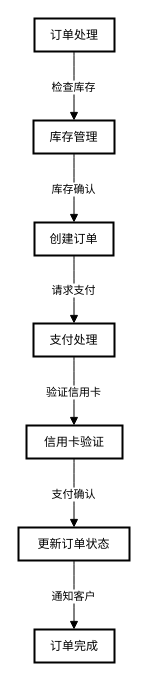
The draw.io diagram 功能进一步分解的数据流图.drawio in Xiang669/draw, before the edit. Source tidied: cells renumbered, new cells numbered last; positions are measured from the earlier drawing's top-left corner, leaving out a move shared by most shapes. Both pictures are drawn from the tidied source at 100%, with x=0, y=0 at pixel (18, 18).
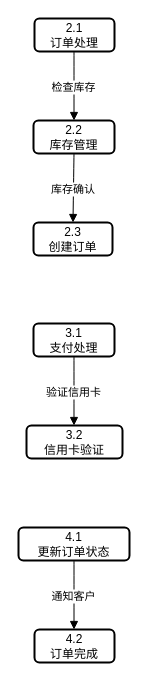
The same page after the edit.

Commit message:
更新功能进一步分解的数据流图.drawio

Change to the diagram source:
```diff
@@
 <mxGraphModel>
   <root>
     <mxCell id="0" />
     <mxCell id="1" parent="0" />
-    <mxCell id="2" value="订单处理" style="whiteSpace=wrap;strokeWidth=2;" parent="1" vertex="1">
+    <mxCell id="2" value="2.1&#10;订单处理" style="whiteSpace=wrap;strokeWidth=2;rounded=1;" parent="1" vertex="1">
       <mxGeometry x="16" width="80" height="33" as="geometry" />
     </mxCell>
-    <mxCell id="3" value="库存管理" style="whiteSpace=wrap;strokeWidth=2;" parent="1" vertex="1">
+    <mxCell id="3" value="2.2&#10;库存管理" style="whiteSpace=wrap;strokeWidth=2;rounded=1;" parent="1" vertex="1">
       <mxGeometry x="15" y="102" width="81" height="33" as="geometry" />
     </mxCell>
-    <mxCell id="4" value="创建订单" style="whiteSpace=wrap;strokeWidth=2;" parent="1" vertex="1">
-      <mxGeometry x="16" y="204" width="79" height="33" as="geometry" />
+    <mxCell id="4" value="2.3&#10;创建订单" style="whiteSpace=wrap;strokeWidth=2;rounded=1;" parent="1" vertex="1">
+      <mxGeometry x="15" y="204" width="79" height="33" as="geometry" />
     </mxCell>
-    <mxCell id="5" value="支付处理" style="whiteSpace=wrap;strokeWidth=2;" parent="1" vertex="1">
+    <mxCell id="5" value="3.1&#10;支付处理" style="whiteSpace=wrap;strokeWidth=2;rounded=1;" parent="1" vertex="1">
       <mxGeometry x="15" y="305" width="81" height="33" as="geometry" />
     </mxCell>
-    <mxCell id="6" value="信用卡验证" style="whiteSpace=wrap;strokeWidth=2;" parent="1" vertex="1">
+    <mxCell id="6" value="3.2&#10;信用卡验证" style="whiteSpace=wrap;strokeWidth=2;rounded=1;" parent="1" vertex="1">
       <mxGeometry x="8" y="407" width="96" height="33" as="geometry" />
     </mxCell>
-    <mxCell id="7" value="更新订单状态" style="whiteSpace=wrap;strokeWidth=2;" parent="1" vertex="1">
+    <mxCell id="7" value="4.1&#10;更新订单状态" style="whiteSpace=wrap;strokeWidth=2;rounded=1;" parent="1" vertex="1">
       <mxGeometry y="509" width="111" height="33" as="geometry" />
     </mxCell>
-    <mxCell id="8" value="订单完成" style="whiteSpace=wrap;strokeWidth=2;" parent="1" vertex="1">
+    <mxCell id="8" value="4.2&#10;订单完成" style="whiteSpace=wrap;strokeWidth=2;rounded=1;" parent="1" vertex="1">
       <mxGeometry x="16" y="611" width="80" height="33" as="geometry" />
     </mxCell>
     <mxCell id="9" value="检查库存" style="curved=1;startArrow=none;endArrow=block;exitX=0.49375;exitY=1.0121212583599668;entryX=0.5;entryY=-0.0060605713815400095;rounded=0;" parent="1" edge="1" source="2" target="3">
       <mxGeometry relative="1" as="geometry" />
     </mxCell>
     <mxCell id="10" value="库存确认" style="curved=1;startArrow=none;endArrow=block;exitX=0.5;exitY=1.0060606869784268;entryX=0.5;entryY=-0.012121142763080019;rounded=0;" parent="1" edge="1" source="3" target="4">
       <mxGeometry relative="1" as="geometry" />
     </mxCell>
-    <mxCell id="11" value="请求支付" style="curved=1;startArrow=none;endArrow=block;exitX=0.5;exitY=1.0000001155968867;entryX=0.5;entryY=0.012121316158410275;rounded=0;" parent="1" edge="1" source="4" target="5">
-      <mxGeometry relative="1" as="geometry" />
-    </mxCell>
     <mxCell id="12" value="验证信用卡" style="curved=1;startArrow=none;endArrow=block;exitX=0.5;exitY=1.0242425745183772;entryX=0.4947916666666667;entryY=0.006060744776870265;rounded=0;" parent="1" edge="1" source="5" target="6">
       <mxGeometry relative="1" as="geometry" />
     </mxCell>
-    <mxCell id="13" value="支付确认" style="curved=1;startArrow=none;endArrow=block;exitX=0.4947916666666667;exitY=1.0181820031368372;entryX=0.5;entryY=1.7339533025568182e-7;rounded=0;" parent="1" edge="1" source="6" target="7">
-      <mxGeometry relative="1" as="geometry" />
-    </mxCell>
     <mxCell id="14" value="通知客户" style="curved=1;startArrow=none;endArrow=block;exitX=0.5;exitY=1.0121214317552971;entryX=0.49375;entryY=-0.006060397986209754;rounded=0;" parent="1" edge="1" source="7" target="8">
       <mxGeometry relative="1" as="geometry" />
     </mxCell>
   </root>
 </mxGraphModel>
```
